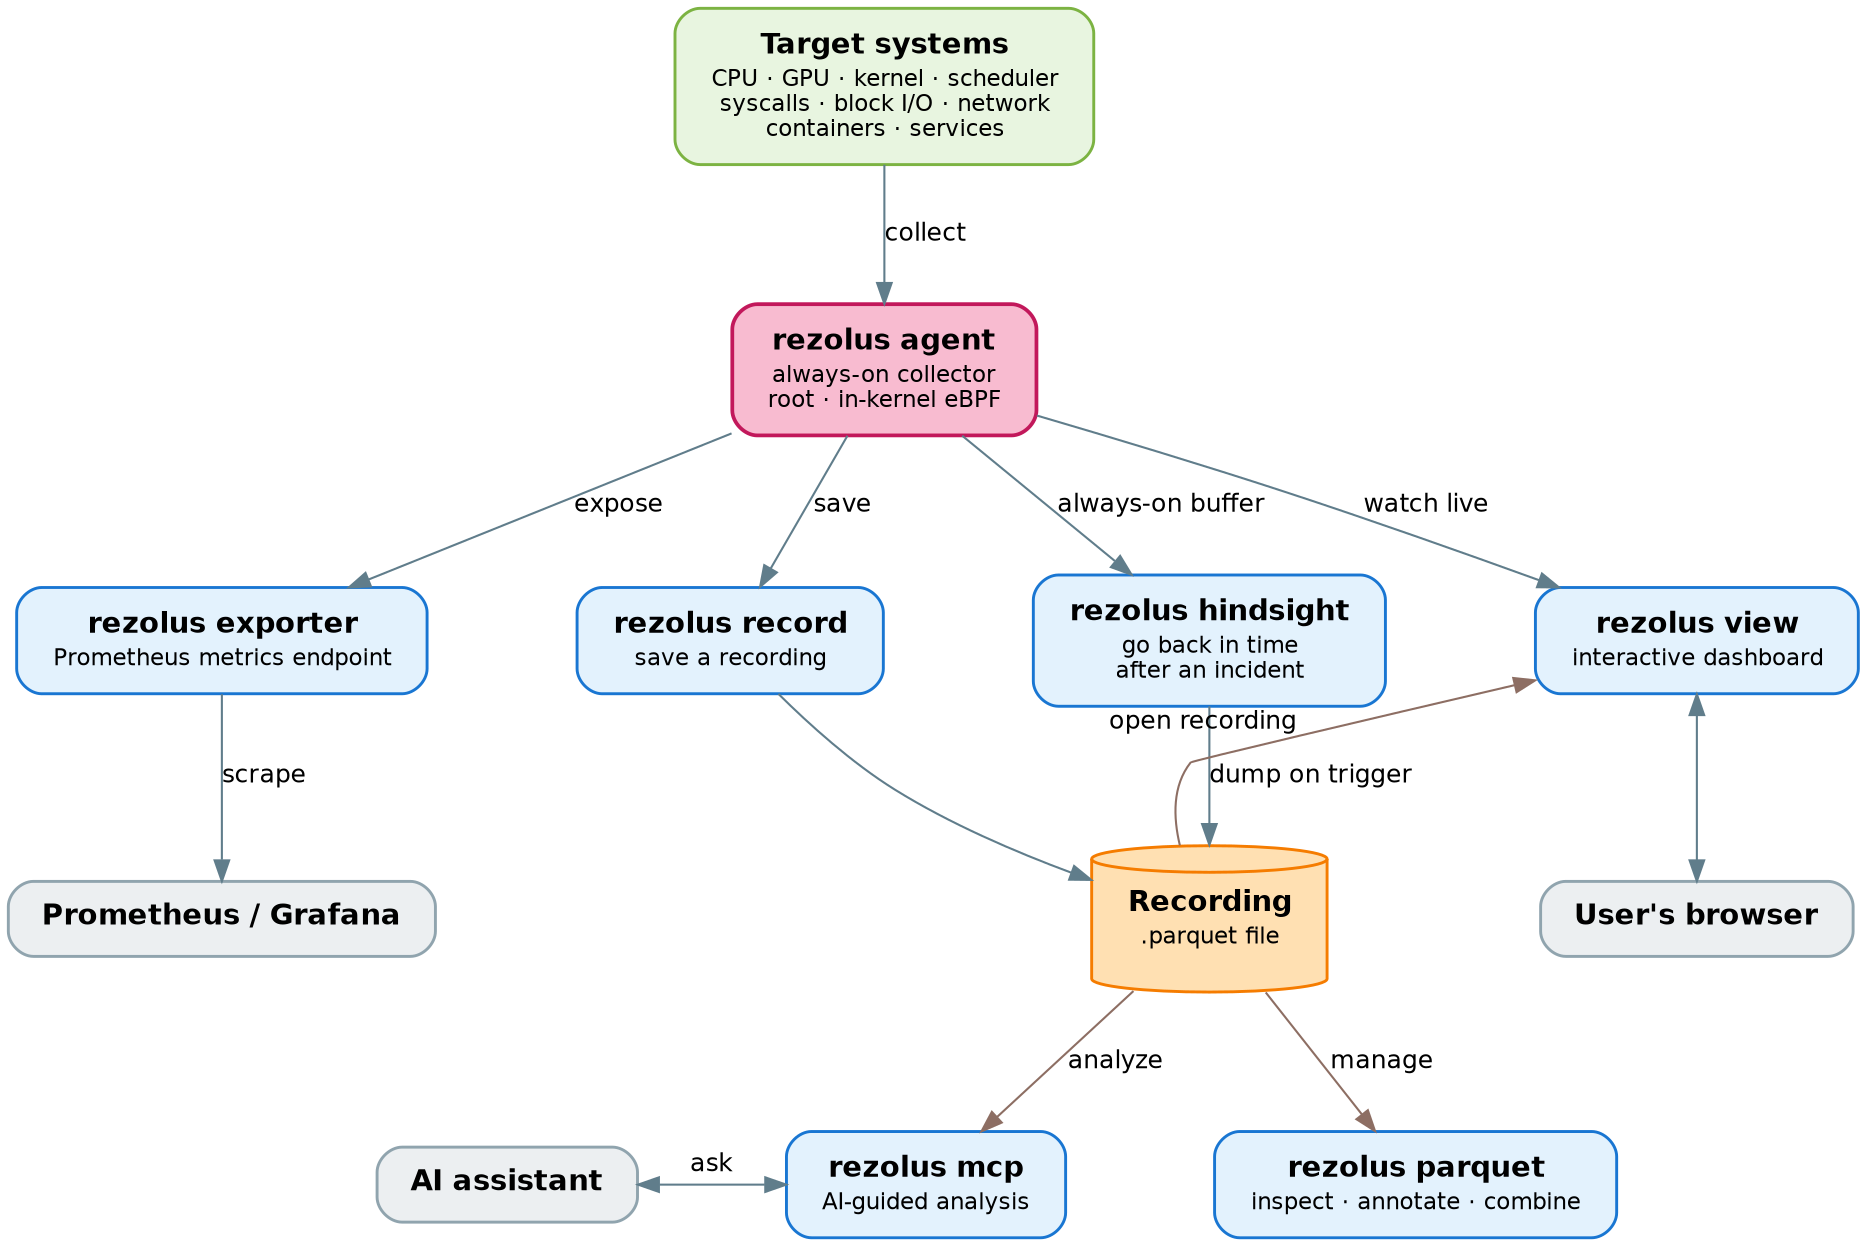
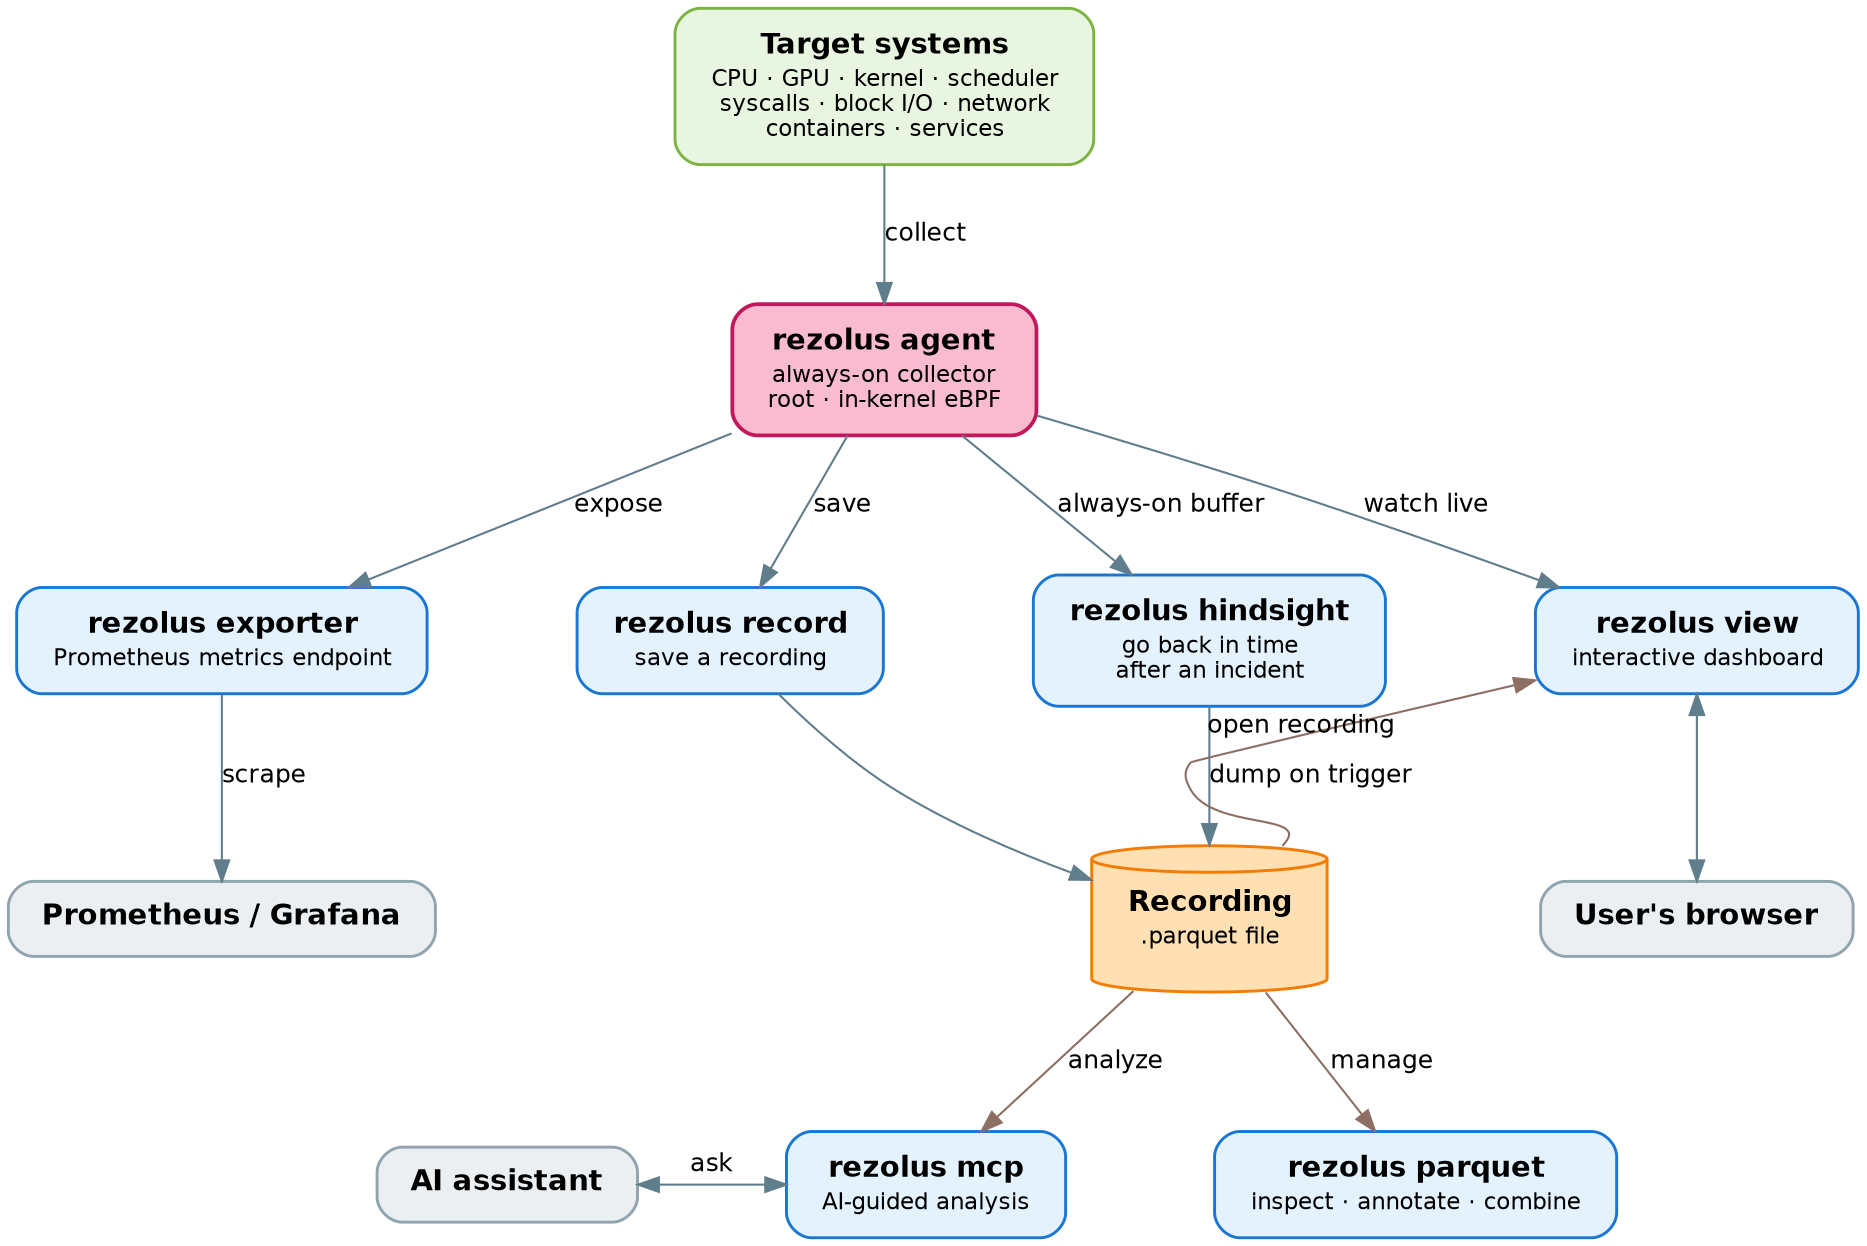
// Rezolus — what you can do with it (user's view)
//
// Render:  dot -Tsvg docs/architecture.dot -o docs/architecture.svg
//          dot -Tpng docs/architecture.dot -o docs/architecture.png
//
// Everything below is the one `rezolus` binary — you just pick the
// subcommand for the job. Arrows read as "what you do next".
//
// Labels use small HTML tables so the text centers (plain <br/> labels
// left-align in some Graphviz builds).

digraph rezolus {
  rankdir=TB;
  fontname="Helvetica";
  nodesep=0.5;
  ranksep=0.75;
  bgcolor="white";

  node [fontname="Helvetica", fontsize=14, shape=box, style="rounded,filled", penwidth=1.4, margin="0.22,0.14"];
  edge [fontname="Helvetica", fontsize=12, color="#607d8b"];

  // ---- What you're watching --------------------------------------------
  system [fillcolor="#e8f5e0", color="#7cb342", label=<
    <table border="0" cellborder="0" cellspacing="0" cellpadding="1">
      <tr><td align="center"><b>Target systems</b></td></tr>
      <tr><td align="center" balign="center"><font point-size="11">CPU · GPU · kernel · scheduler<br/>syscalls · block I/O · network<br/>containers · services</font></td></tr>
    </table>>];

  // ---- The always-on collector (pink: runs as root, eBPF in kernel) -----
  agent [fillcolor="#f8bbd0", color="#c2185b", penwidth=1.8, label=<
    <table border="0" cellborder="0" cellspacing="0" cellpadding="1">
      <tr><td align="center"><b>rezolus agent</b></td></tr>
      <tr><td align="center" balign="center"><font point-size="11">always-on collector<br/>root · in-kernel eBPF</font></td></tr>
    </table>>];

  // ---- Live: stream and watch ------------------------------------------
  exporter [fillcolor="#e3f2fd", color="#1976d2", group="gExp", label=<
    <table border="0" cellborder="0" cellspacing="0" cellpadding="1">
      <tr><td align="center"><b>rezolus exporter</b></td></tr>
      <tr><td align="center"><font point-size="11">Prometheus metrics endpoint</font></td></tr>
    </table>>];
  view [fillcolor="#e3f2fd", color="#1976d2", group="gView", label=<
    <table border="0" cellborder="0" cellspacing="0" cellpadding="1">
      <tr><td align="center"><b>rezolus view</b></td></tr>
      <tr><td align="center"><font point-size="11">interactive dashboard</font></td></tr>
    </table>>];

  // ---- Capture to a file -----------------------------------------------
  record [fillcolor="#e3f2fd", color="#1976d2", label=<
    <table border="0" cellborder="0" cellspacing="0" cellpadding="1">
      <tr><td align="center"><b>rezolus record</b></td></tr>
      <tr><td align="center"><font point-size="11">save a recording</font></td></tr>
    </table>>];
  hindsight [fillcolor="#e3f2fd", color="#1976d2", group="gRec", label=<
    <table border="0" cellborder="0" cellspacing="0" cellpadding="1">
      <tr><td align="center"><b>rezolus hindsight</b></td></tr>
      <tr><td align="center" balign="center"><font point-size="11">go back in time<br/>after an incident</font></td></tr>
    </table>>];

  // ---- Work with recordings --------------------------------------------
  mcp [fillcolor="#e3f2fd", color="#1976d2", label=<
    <table border="0" cellborder="0" cellspacing="0" cellpadding="1">
      <tr><td align="center"><b>rezolus mcp</b></td></tr>
      <tr><td align="center"><font point-size="11">AI-guided analysis</font></td></tr>
    </table>>];
  pqtools [fillcolor="#e3f2fd", color="#1976d2", label=<
    <table border="0" cellborder="0" cellspacing="0" cellpadding="1">
      <tr><td align="center"><b>rezolus parquet</b></td></tr>
      <tr><td align="center"><font point-size="11">inspect · annotate · combine</font></td></tr>
    </table>>];

  // ---- The recording artifact ------------------------------------------
  recording [shape=cylinder, fillcolor="#ffe0b2", color="#f57c00", group="gRec", label=<
    <table border="0" cellborder="0" cellspacing="0" cellpadding="1">
      <tr><td align="center"><b>Recording</b></td></tr>
      <tr><td align="center"><font point-size="11">.parquet file</font></td></tr>
    </table>>];

  // ---- Where the value lands -------------------------------------------
  grafana [label=<<b>Prometheus / Grafana</b>>, fillcolor="#eceff1", color="#90a4ae", group="gExp"];
  browser [label=<<b>User's browser</b>>,        fillcolor="#eceff1", color="#90a4ae", group="gView"];
  llm     [label=<<b>AI assistant</b>>,           fillcolor="#eceff1", color="#90a4ae"];

  // ---- Layout: rows keep the picture compact; invisible edges pin the
  //      left-to-right order within each row --------------------------
  // view sits on the far right (next to the recording it opens); the
  // other three are the expose/capture subcommands.
  {rank=same; exporter; record; hindsight; view; exporter -> record -> hindsight -> view [style=invis];}
  {rank=same; grafana; recording; browser; grafana -> recording -> browser [style=invis];}
  // mcp and parquet sit side by side directly under the recording, with
  // the AI assistant to the left of mcp.
  {rank=same; llm; mcp; pqtools; llm -> mcp -> pqtools [style=invis];}

  // ---- Collect ----------------------------------------------------------
  system -> agent [label="collect"];

  // ---- Live from the agent ---------------------------------------------
  agent -> exporter  [label="expose"];
  agent -> view      [label="watch live"];
  agent -> record    [label="save"];
  agent -> hindsight [label="always-on buffer"];

  exporter -> grafana [label="scrape", weight=10];

  // ---- Produce a recording ---------------------------------------------
  record    -> recording;
  hindsight -> recording [label="dump on trigger", weight=10];

  // ---- Open a recording in the viewer. constraint=false keeps this edge
  //      from disturbing the ranks (already pinned above); xlabel keeps the
  //      label from bending the spline.
-   recording -> view [xlabel="open recording", color="#8d6e63", constraint=false];
+   recording:ne -> view [xlabel="open recording", color="#8d6e63", constraint=false];

  // ---- Analyze / manage a recording ------------------------------------
  recording -> mcp     [label="analyze", color="#8d6e63"];
  recording -> pqtools [label="manage",  color="#8d6e63"];

  // ---- Outcomes ---------------------------------------------------------
  view -> browser [dir=both, weight=10];
  llm  -> mcp     [label="ask", dir=both, constraint=false];
}
